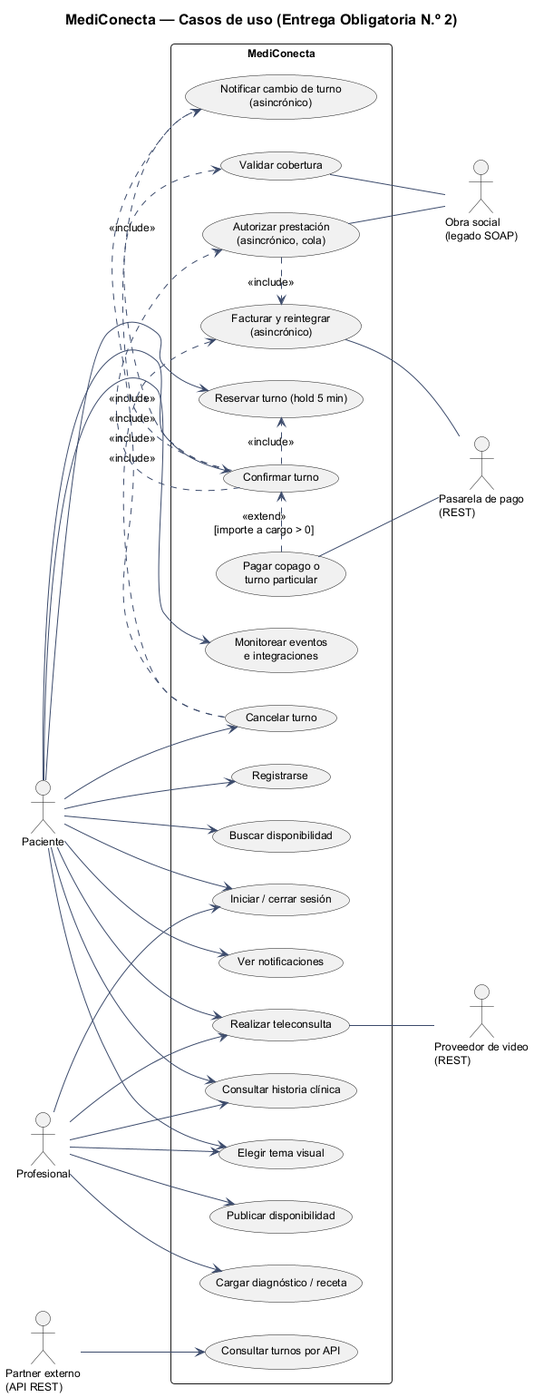
The PlantUML diagram docs/diagramas/07-casos-de-uso.png in ToxicWork/MediConecta, before a commit.
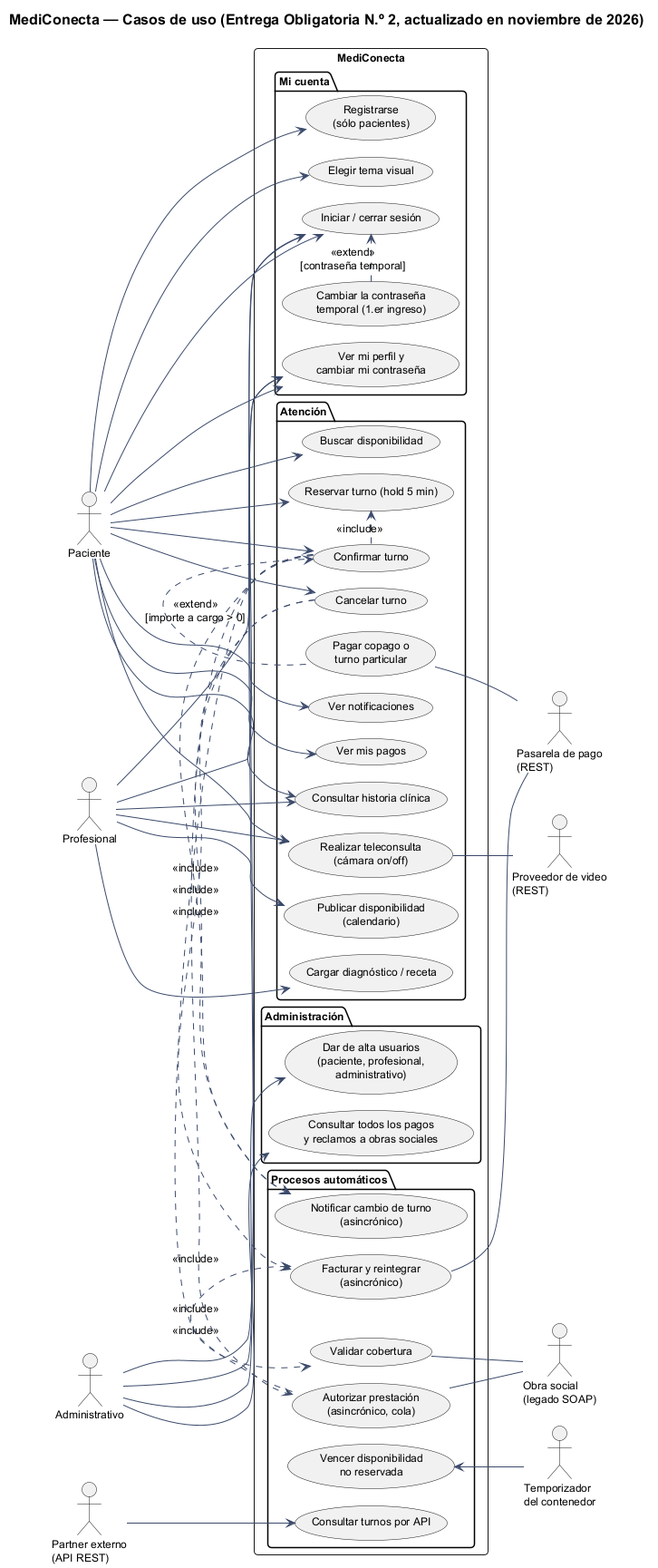
The same file after the commit.

The edit, as a diff of the source:
```diff
@@ -1,56 +1,79 @@
 @startuml 07-casos-de-uso
+!pragma layout smetana
 !include _estilo.iuml
-title MediConecta — Casos de uso (Entrega Obligatoria N.º 2)
+title MediConecta — Casos de uso (Entrega Obligatoria N.º 2, actualizado en noviembre de 2026)
 left to right direction
 
 actor Paciente
 actor Profesional
+actor Administrativo
+actor "Partner externo\n(API REST)" as PAR
 actor "Obra social\n(legado SOAP)" as OS
 actor "Pasarela de pago\n(REST)" as PG
 actor "Proveedor de video\n(REST)" as VID
-actor "Partner externo\n(API REST)" as PAR
+actor "Temporizador\ndel contenedor" as TIMER
 
-rectangle MediConecta {
-  usecase "Registrarse" as UC1
-  usecase "Iniciar / cerrar sesión" as UC2
-  usecase "Buscar disponibilidad" as UC4
-  usecase "Reservar turno (hold 5 min)" as UC5
-  usecase "Confirmar turno" as UC6
-  usecase "Cancelar turno" as UC7
-  usecase "Publicar disponibilidad" as UC3
-  usecase "Cargar diagnóstico / receta" as UC11
-  usecase "Consultar historia clínica" as UC10
-  usecase "Ver notificaciones" as UC9
-  usecase "Notificar cambio de turno\n(asincrónico)" as UC8
-  usecase "Monitorear eventos\ne integraciones" as UC12
-  usecase "Validar cobertura" as UC13
-  usecase "Pagar copago o\nturno particular" as UC14
-  usecase "Autorizar prestación\n(asincrónico, cola)" as UC15
-  usecase "Facturar y reintegrar\n(asincrónico)" as UC16
-  usecase "Realizar teleconsulta" as UC17
-  usecase "Consultar turnos por API" as UC18
-  usecase "Elegir tema visual" as UC19
+rectangle "MediConecta" {
+  package "Mi cuenta" {
+    usecase "Registrarse\n(sólo pacientes)" as UC1
+    usecase "Iniciar / cerrar sesión" as UC2
+    usecase "Cambiar la contraseña\ntemporal (1.er ingreso)" as UC21
+    usecase "Ver mi perfil y\ncambiar mi contraseña" as UC20
+    usecase "Elegir tema visual" as UC19
+  }
+  package "Atención" {
+    usecase "Publicar disponibilidad\n(calendario)" as UC3
+    usecase "Buscar disponibilidad" as UC4
+    usecase "Reservar turno (hold 5 min)" as UC5
+    usecase "Confirmar turno" as UC6
+    usecase "Pagar copago o\nturno particular" as UC14
+    usecase "Cancelar turno" as UC7
+    usecase "Consultar historia clínica" as UC10
+    usecase "Cargar diagnóstico / receta" as UC11
+    usecase "Realizar teleconsulta\n(cámara on/off)" as UC17
+    usecase "Ver notificaciones" as UC9
+    usecase "Ver mis pagos" as UC12
+  }
+  package "Administración" {
+    usecase "Dar de alta usuarios\n(paciente, profesional,\nadministrativo)" as UC22
+    usecase "Consultar todos los pagos\ny reclamos a obras sociales" as UC23
+  }
+  package "Procesos automáticos" {
+    usecase "Validar cobertura" as UC13
+    usecase "Autorizar prestación\n(asincrónico, cola)" as UC15
+    usecase "Notificar cambio de turno\n(asincrónico)" as UC8
+    usecase "Facturar y reintegrar\n(asincrónico)" as UC16
+    usecase "Vencer disponibilidad\nno reservada" as UC24
+    usecase "Consultar turnos por API" as UC18
+  }
 }
 
 Paciente --> UC1
 Paciente --> UC2
+Paciente --> UC20
+Paciente --> UC19
 Paciente --> UC4
 Paciente --> UC5
 Paciente --> UC6
 Paciente --> UC7
+Paciente --> UC10
+Paciente --> UC17
 Paciente --> UC9
-Paciente --> UC10
 Paciente --> UC12
-Paciente --> UC17
-Paciente --> UC19
 Profesional --> UC2
+Profesional --> UC20
 Profesional --> UC3
+Profesional --> UC10
 Profesional --> UC11
-Profesional --> UC10
 Profesional --> UC17
-Profesional --> UC19
+Administrativo --> UC2
+Administrativo --> UC20
+Administrativo --> UC22
+Administrativo --> UC23
 PAR --> UC18
+UC24 <-- TIMER
 
+UC21 .> UC2 : <<extend>>\n[contraseña temporal]
 UC6 .> UC5 : <<include>>
 UC6 .> UC13 : <<include>>
 UC14 .> UC6 : <<extend>>\n[importe a cargo > 0]
```
